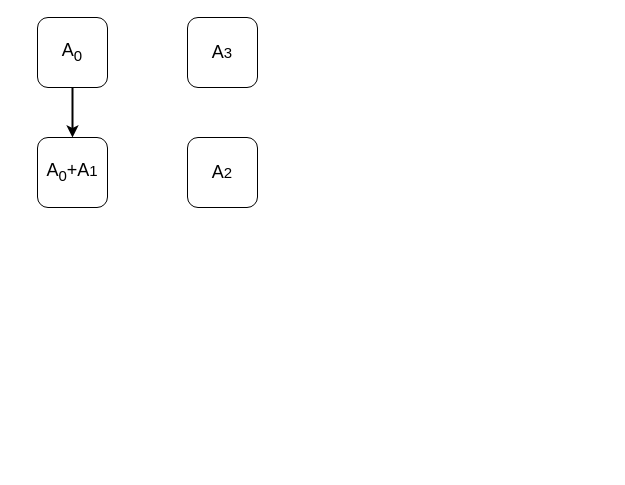
Earlier version of the draw.io diagram Ring-Allreduce.drawio (abdzhangzeyu/draw.io). Source tidied: cells renumbered, new cells numbered last; positions are measured from the earlier drawing's top-left corner, leaving out a move shared by most shapes. Both pictures are drawn from the tidied source at 100%, with x=0, y=0 at pixel (37, 17).
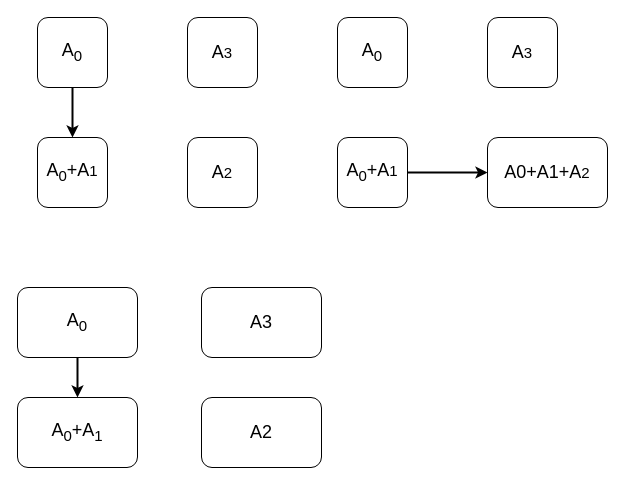
The same diagram, later.

Diff of the diagram source:
```diff
@@
 <mxGraphModel>
   <root>
     <mxCell id="0" />
     <mxCell id="1" parent="0" />
     <mxCell id="2" style="edgeStyle=none;rounded=0;jettySize=auto;html=1;exitX=0.5;exitY=1;exitDx=0;exitDy=0;entryX=0.5;entryY=0;entryDx=0;entryDy=0;fontSize=18;fontColor=#000000;strokeColor=#000000;strokeWidth=2;" parent="1" edge="1" source="3" target="4">
       <mxGeometry relative="1" as="geometry" />
     </mxCell>
     <mxCell id="3" value="A&lt;sub&gt;0&lt;/sub&gt;" style="rounded=1;whiteSpace=wrap;html=1;shadow=0;fontSize=18;" parent="1" vertex="1">
       <mxGeometry width="70" height="70" as="geometry" />
     </mxCell>
     <mxCell id="4" value="A&lt;sub&gt;0&lt;/sub&gt;+A&lt;span style=&quot;font-size: 15px;&quot;&gt;1&lt;/span&gt;" style="rounded=1;whiteSpace=wrap;html=1;shadow=0;fontSize=18;" parent="1" vertex="1">
       <mxGeometry y="120" width="70" height="70" as="geometry" />
     </mxCell>
     <mxCell id="5" value="A&lt;span style=&quot;font-size: 15px;&quot;&gt;2&lt;/span&gt;" style="rounded=1;whiteSpace=wrap;html=1;shadow=0;fontSize=18;" parent="1" vertex="1">
       <mxGeometry x="150" y="120" width="70" height="70" as="geometry" />
     </mxCell>
     <mxCell id="6" value="A&lt;span style=&quot;font-size: 15px;&quot;&gt;3&lt;/span&gt;" style="rounded=1;whiteSpace=wrap;html=1;shadow=0;fontSize=18;" parent="1" vertex="1">
       <mxGeometry x="150" width="70" height="70" as="geometry" />
     </mxCell>
+    <mxCell id="7" value="A&lt;sub&gt;0&lt;/sub&gt;" style="rounded=1;whiteSpace=wrap;html=1;shadow=0;fontSize=18;" parent="1" vertex="1">
+      <mxGeometry x="300" width="70" height="70" as="geometry" />
+    </mxCell>
+    <mxCell id="8" style="edgeStyle=none;rounded=0;jettySize=auto;html=1;exitX=1;exitY=0.5;exitDx=0;exitDy=0;fontSize=18;fontColor=#000000;strokeColor=#000000;strokeWidth=2;" parent="1" edge="1" source="9" target="10">
+      <mxGeometry relative="1" as="geometry" />
+    </mxCell>
+    <mxCell id="9" value="A&lt;sub&gt;0&lt;/sub&gt;+A&lt;span style=&quot;font-size: 15px;&quot;&gt;1&lt;/span&gt;" style="rounded=1;whiteSpace=wrap;html=1;shadow=0;fontSize=18;" parent="1" vertex="1">
+      <mxGeometry x="300" y="120" width="70" height="70" as="geometry" />
+    </mxCell>
+    <mxCell id="10" value="A0+A1+A&lt;span style=&quot;font-size: 15px;&quot;&gt;2&lt;/span&gt;" style="rounded=1;whiteSpace=wrap;html=1;shadow=0;fontSize=18;" parent="1" vertex="1">
+      <mxGeometry x="450" y="120" width="120" height="70" as="geometry" />
+    </mxCell>
+    <mxCell id="11" value="A&lt;span style=&quot;font-size: 15px;&quot;&gt;3&lt;/span&gt;" style="rounded=1;whiteSpace=wrap;html=1;shadow=0;fontSize=18;" parent="1" vertex="1">
+      <mxGeometry x="450" width="70" height="70" as="geometry" />
+    </mxCell>
+    <mxCell id="12" style="edgeStyle=none;rounded=0;jettySize=auto;html=1;exitX=0.5;exitY=1;exitDx=0;exitDy=0;entryX=0.5;entryY=0;entryDx=0;entryDy=0;fontSize=18;fontColor=#000000;strokeColor=#000000;strokeWidth=2;" parent="1" edge="1" source="13" target="14">
+      <mxGeometry relative="1" as="geometry" />
+    </mxCell>
+    <mxCell id="13" value="A&lt;sub&gt;0&lt;/sub&gt;" style="rounded=1;whiteSpace=wrap;html=1;shadow=0;fontSize=18;" parent="1" vertex="1">
+      <mxGeometry x="-20" y="270" width="120" height="70" as="geometry" />
+    </mxCell>
+    <mxCell id="14" value="A&lt;sub&gt;0&lt;/sub&gt;+A&lt;sub&gt;1&lt;/sub&gt;" style="rounded=1;whiteSpace=wrap;html=1;shadow=0;fontSize=18;" parent="1" vertex="1">
+      <mxGeometry x="-20" y="380" width="120" height="70" as="geometry" />
+    </mxCell>
+    <mxCell id="15" value="A2" style="rounded=1;whiteSpace=wrap;html=1;shadow=0;fontSize=18;" parent="1" vertex="1">
+      <mxGeometry x="164" y="380" width="120" height="70" as="geometry" />
+    </mxCell>
+    <mxCell id="16" value="A3" style="rounded=1;whiteSpace=wrap;html=1;shadow=0;fontSize=18;" parent="1" vertex="1">
+      <mxGeometry x="164" y="270" width="120" height="70" as="geometry" />
+    </mxCell>
   </root>
 </mxGraphModel>
```
